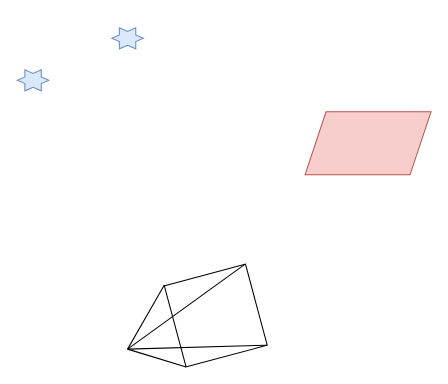
Before: page "Page-1" (1 of 4) of uco-slam.drawio in younguper/VNOTE, a draw.io diagram. Source tidied: cells renumbered, new cells numbered last; positions are measured from the earlier drawing's top-left corner, leaving out a move shared by most shapes. Both pictures are drawn from the tidied source at 105%, with x=0, y=0 at pixel (17, 27).
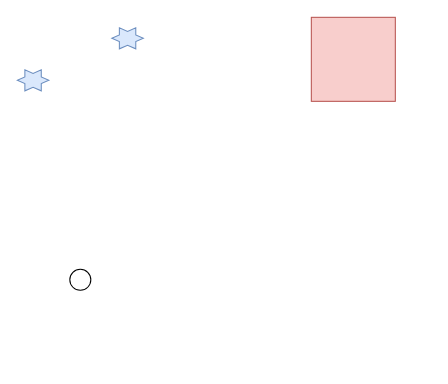
Above is the later version.

Diff of the diagram source:
```diff
@@
 <mxGraphModel>
   <root>
     <mxCell id="0" />
     <mxCell id="1" parent="0" />
-    <mxCell id="2" style="shape=parallelogram;perimeter=parallelogramPerimeter;whiteSpace=wrap;html=1;fixedSize=1;fillColor=#f8cecc;strokeColor=#b85450;" parent="1" vertex="1">
-      <mxGeometry x="274" y="80" width="120" height="60" as="geometry" />
-    </mxCell>
     <mxCell id="3" style="verticalLabelPosition=bottom;verticalAlign=top;html=1;shape=mxgraph.basic.6_point_star;fillColor=#dae8fc;strokeColor=#6c8ebf;" parent="1" vertex="1">
       <mxGeometry y="40" width="30" height="20" as="geometry" />
     </mxCell>
     <mxCell id="4" style="verticalLabelPosition=bottom;verticalAlign=top;html=1;shape=mxgraph.basic.6_point_star;fillColor=#dae8fc;strokeColor=#6c8ebf;" parent="1" vertex="1">
       <mxGeometry x="90" width="30" height="20" as="geometry" />
     </mxCell>
-    <mxCell id="5" style="group;rotation=-15;" parent="1" vertex="1">
-      <mxGeometry x="100" y="240" width="130" height="80" as="geometry" />
-    </mxCell>
-    <mxCell id="6" style="whiteSpace=wrap;html=1;rotation=-15;" parent="5" vertex="1">
-      <mxGeometry x="49" y="-6" width="80" height="80" as="geometry" />
-    </mxCell>
-    <mxCell id="7" style="endArrow=none;html=1;" parent="5" edge="1">
-      <mxGeometry relative="1" as="geometry">
-        <mxPoint x="5" y="66" as="sourcePoint" />
-        <mxPoint x="40" y="5" as="targetPoint" />
-      </mxGeometry>
-    </mxCell>
-    <mxCell id="8" style="endArrow=none;html=1;" parent="5" edge="1">
-      <mxGeometry relative="1" as="geometry">
-        <mxPoint x="5" y="66" as="sourcePoint" />
-        <mxPoint x="117" y="-15" as="targetPoint" />
-      </mxGeometry>
-    </mxCell>
-    <mxCell id="9" style="endArrow=none;html=1;entryX=1;entryY=1;entryDx=0;entryDy=0;" parent="5" edge="1" target="6">
-      <mxGeometry relative="1" as="geometry">
-        <mxPoint x="5" y="66" as="sourcePoint" />
-      </mxGeometry>
-    </mxCell>
-    <mxCell id="10" style="endArrow=none;html=1;exitX=0;exitY=1;exitDx=0;exitDy=0;" parent="5" edge="1" source="6">
-      <mxGeometry relative="1" as="geometry">
-        <mxPoint x="5" y="66" as="targetPoint" />
-      </mxGeometry>
-    </mxCell>
+    <mxCell id="11" style="whiteSpace=wrap;html=1;fillColor=#f8cecc;strokeColor=#b85450;" parent="1" vertex="1">
+      <mxGeometry x="280" y="-10" width="80" height="80" as="geometry" />
+    </mxCell>
+    <mxCell id="12" style="ellipse;whiteSpace=wrap;html=1;" parent="1" vertex="1">
+      <mxGeometry x="50" y="230" width="20" height="20" as="geometry" />
+    </mxCell>
   </root>
 </mxGraphModel>
```
